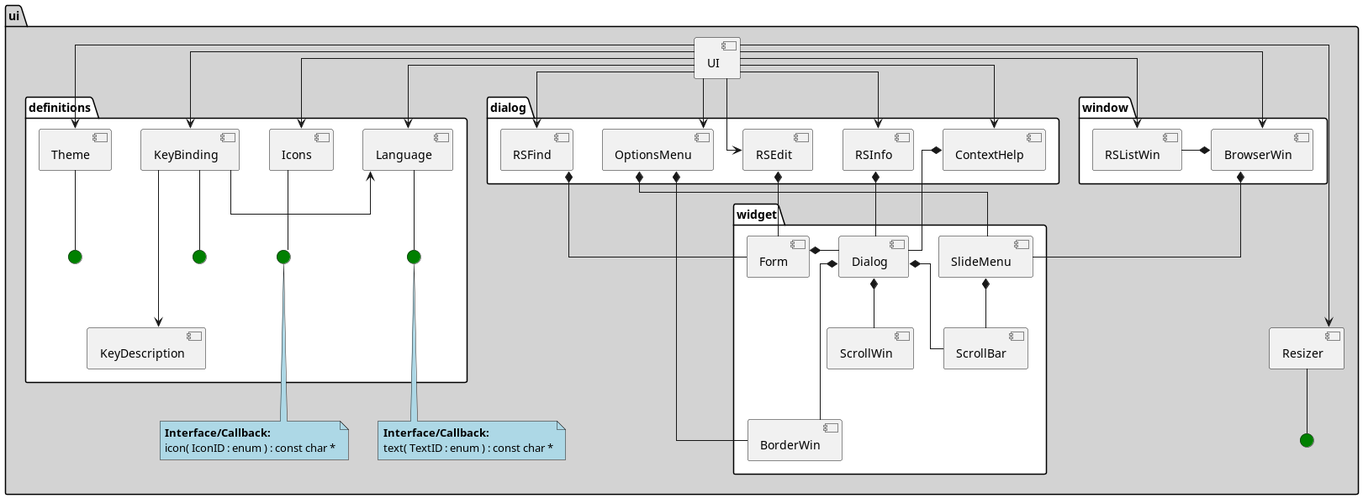
The PlantUML diagram docs/design/ctune_ui.png in An7ar35/ctune, before a commit.
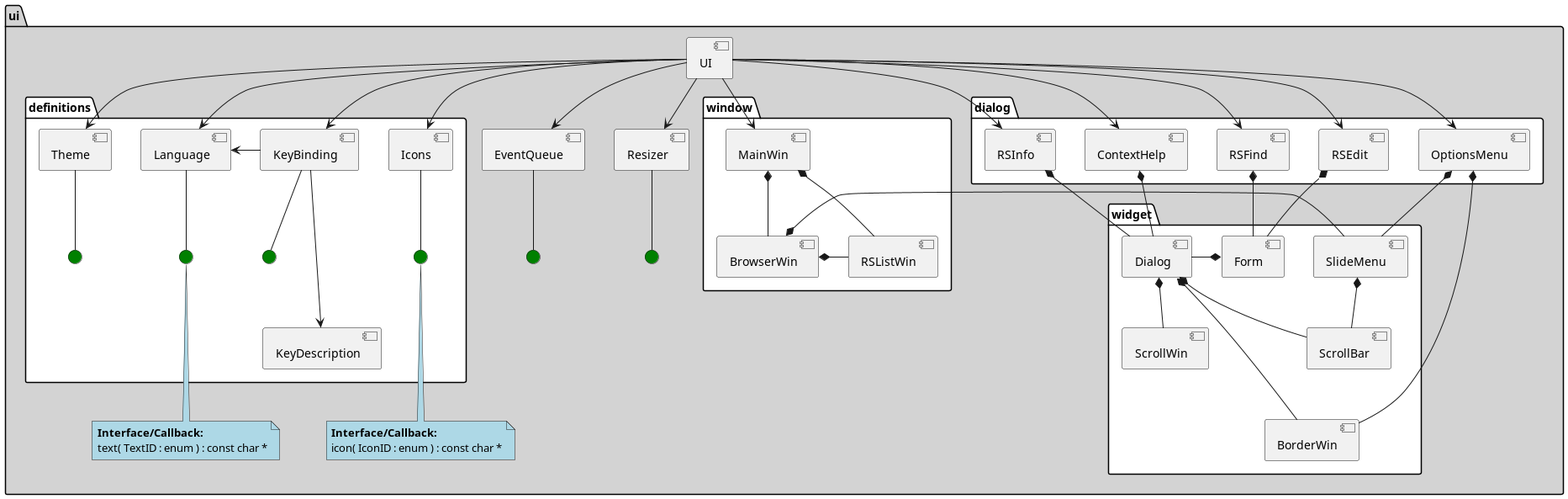
Later version of the same file.

The edit, as a diff of the source:
```diff
@@ -1,13 +1,16 @@
 @startuml
-skinparam linetype ortho
 
 package ui #lightgrey {
     component UI
+    component EventQueue
     component Resizer
+    interface " " as iEventQueue #green
     interface " " as iResizer #green
 
+    EventQueue -- iEventQueue
     Resizer -- iResizer
-    UI ----> Resizer
+    UI --> EventQueue
+    UI --> Resizer
 
 
     package definitions #white {
@@ -52,11 +55,13 @@
 
 
     package window #white {
-
+        component MainWin
         component RSListWin
         component BrowserWin
 
         BrowserWin *-left- RSListWin
+        MainWin *-down- RSListWin
+        MainWin *-down- BrowserWin
     }
 
     package dialog #white {
@@ -71,7 +76,7 @@
 
 
 
-    BrowserWin  *-- SlideMenu
+    BrowserWin  *- SlideMenu
     OptionsMenu *-- SlideMenu
     RSFind      *-- Form
     RSInfo      *-- Dialog
@@ -83,8 +88,7 @@
     UI      --> RSFind
     UI      --> RSInfo
     UI      --> RSEdit
-    UI      --> RSListWin
-    UI      --> BrowserWin
+    UI      --> MainWin
 
 
 
```
